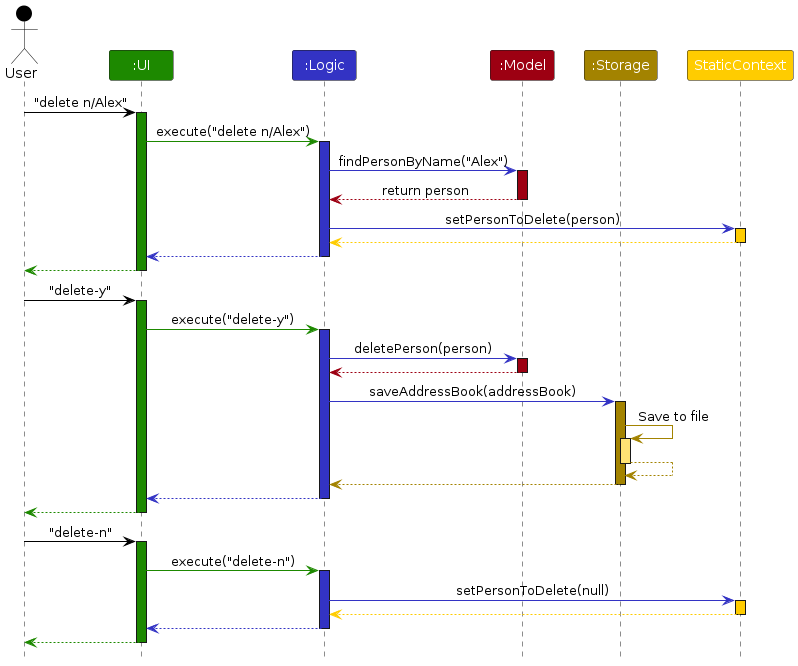
Earlier version of the PlantUML export diagrams/ArchitectureSequenceDiagram.png (AY2425S1-CS2103T-W13-4/tp). Its source is kept beside it as diagrams/ArchitectureSequenceDiagram.puml.
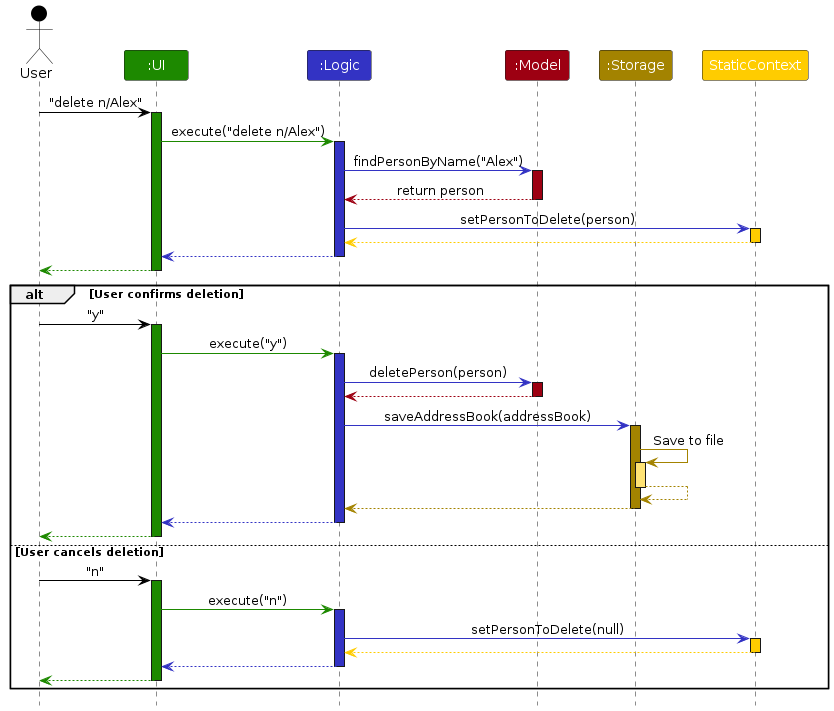
After the commit.

Change to the diagram source:
```diff
@@ -32,49 +32,52 @@
 ui--[UI_COLOR]> user
 deactivate ui
 
-user -[USER_COLOR]> ui : "delete-y"
-activate ui UI_COLOR
+alt User confirms deletion
+    user -[USER_COLOR]> ui : "y"
+    activate ui UI_COLOR
 
-ui -[UI_COLOR]> logic : execute("delete-y")
-activate logic LOGIC_COLOR
+    ui -[UI_COLOR]> logic : execute("y")
+    activate logic LOGIC_COLOR
 
-logic -[LOGIC_COLOR]> model : deletePerson(person)
-activate model MODEL_COLOR
+    logic -[LOGIC_COLOR]> model : deletePerson(person)
+    activate model MODEL_COLOR
 
-model -[MODEL_COLOR]-> logic
-deactivate model
+    model -[MODEL_COLOR]-> logic
+    deactivate model
 
-logic -[LOGIC_COLOR]> storage : saveAddressBook(addressBook)
-activate storage STORAGE_COLOR
+    logic -[LOGIC_COLOR]> storage : saveAddressBook(addressBook)
+    activate storage STORAGE_COLOR
 
-storage -[STORAGE_COLOR]> storage : Save to file
-activate storage STORAGE_COLOR_T1
-storage --[STORAGE_COLOR]> storage
-deactivate storage
+    storage -[STORAGE_COLOR]> storage : Save to file
+    activate storage STORAGE_COLOR_T1
+    storage --[STORAGE_COLOR]> storage
+    deactivate storage
 
-storage --[STORAGE_COLOR]> logic
-deactivate storage
+    storage --[STORAGE_COLOR]> logic
+    deactivate storage
 
-logic --[LOGIC_COLOR]> ui
-deactivate logic
+    logic --[LOGIC_COLOR]> ui
+    deactivate logic
 
-ui--[UI_COLOR]> user
-deactivate ui
+    ui--[UI_COLOR]> user
+    deactivate ui
 
-user -[USER_COLOR]> ui : "delete-n"
-activate ui UI_COLOR
+else User cancels deletion
+    user -[USER_COLOR]> ui : "n"
+    activate ui UI_COLOR
 
-ui -[UI_COLOR]> logic : execute("delete-n")
-activate logic LOGIC_COLOR
+    ui -[UI_COLOR]> logic : execute("n")
+    activate logic LOGIC_COLOR
 
-logic -[LOGIC_COLOR]> staticContext : setPersonToDelete(null)
-activate staticContext STATIC_COLOR
-staticContext --[STATIC_COLOR]> logic
-deactivate staticContext
+    logic -[LOGIC_COLOR]> staticContext : setPersonToDelete(null)
+    activate staticContext STATIC_COLOR
+    staticContext --[STATIC_COLOR]> logic
+    deactivate staticContext
 
-logic --[LOGIC_COLOR]> ui :
-deactivate logic
+    logic --[LOGIC_COLOR]> ui
+    deactivate logic
 
-ui--[UI_COLOR]> user
-deactivate ui
+    ui--[UI_COLOR]> user
+    deactivate ui
+end
 @enduml
```
